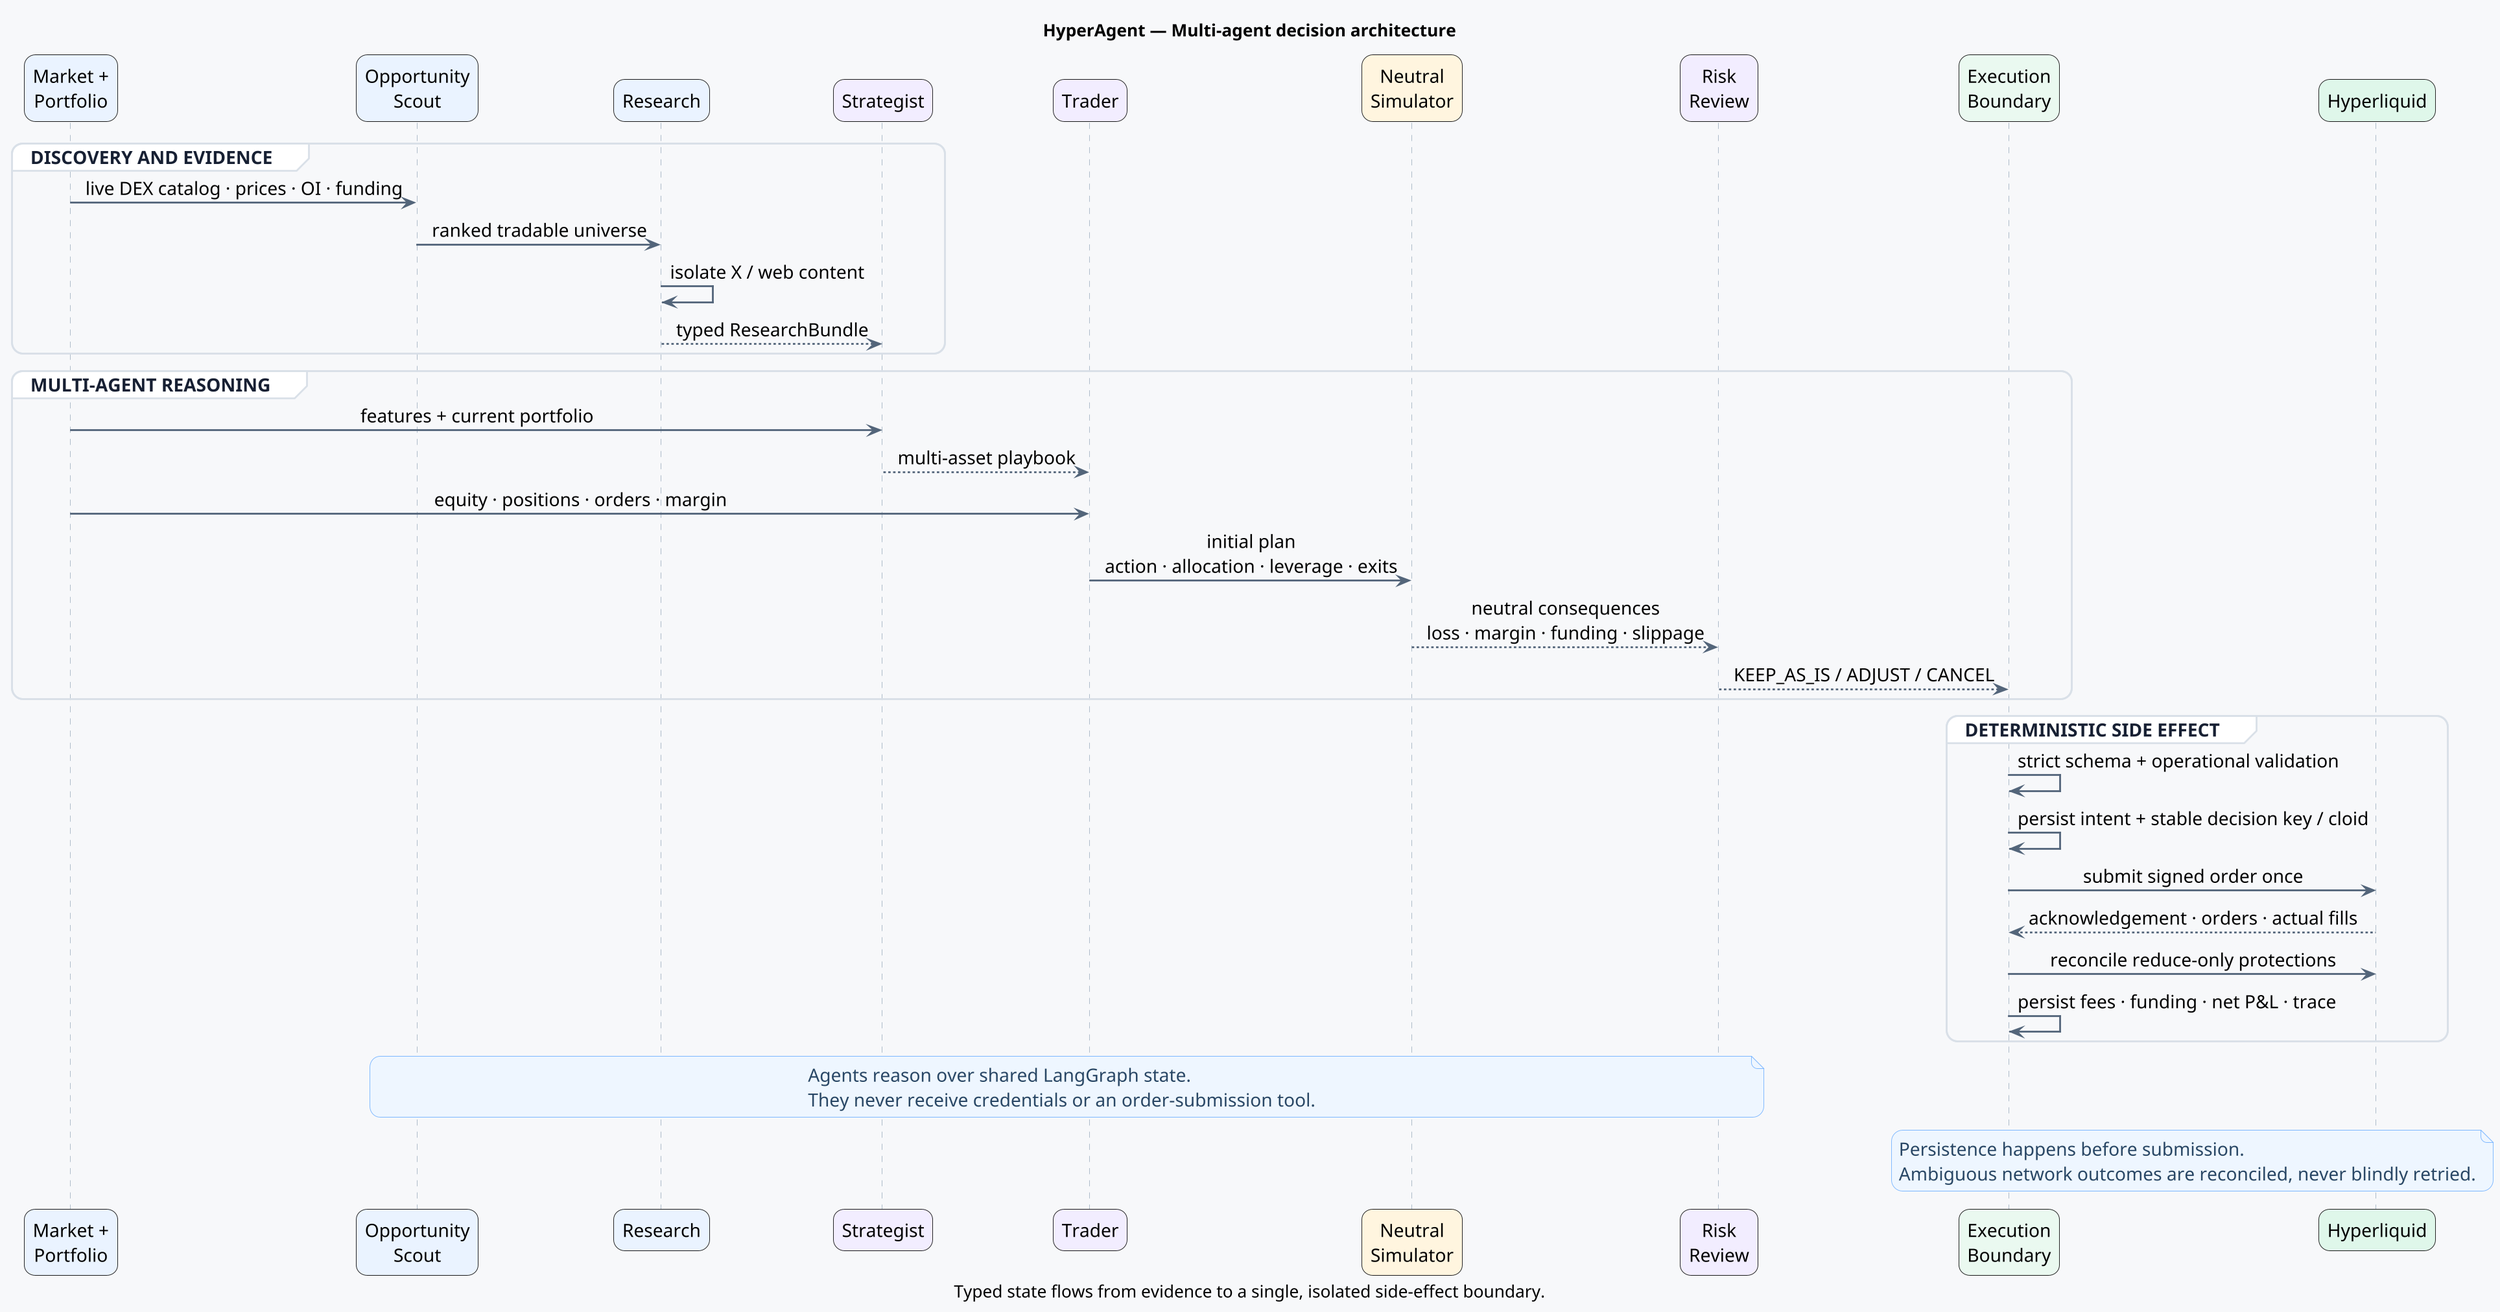
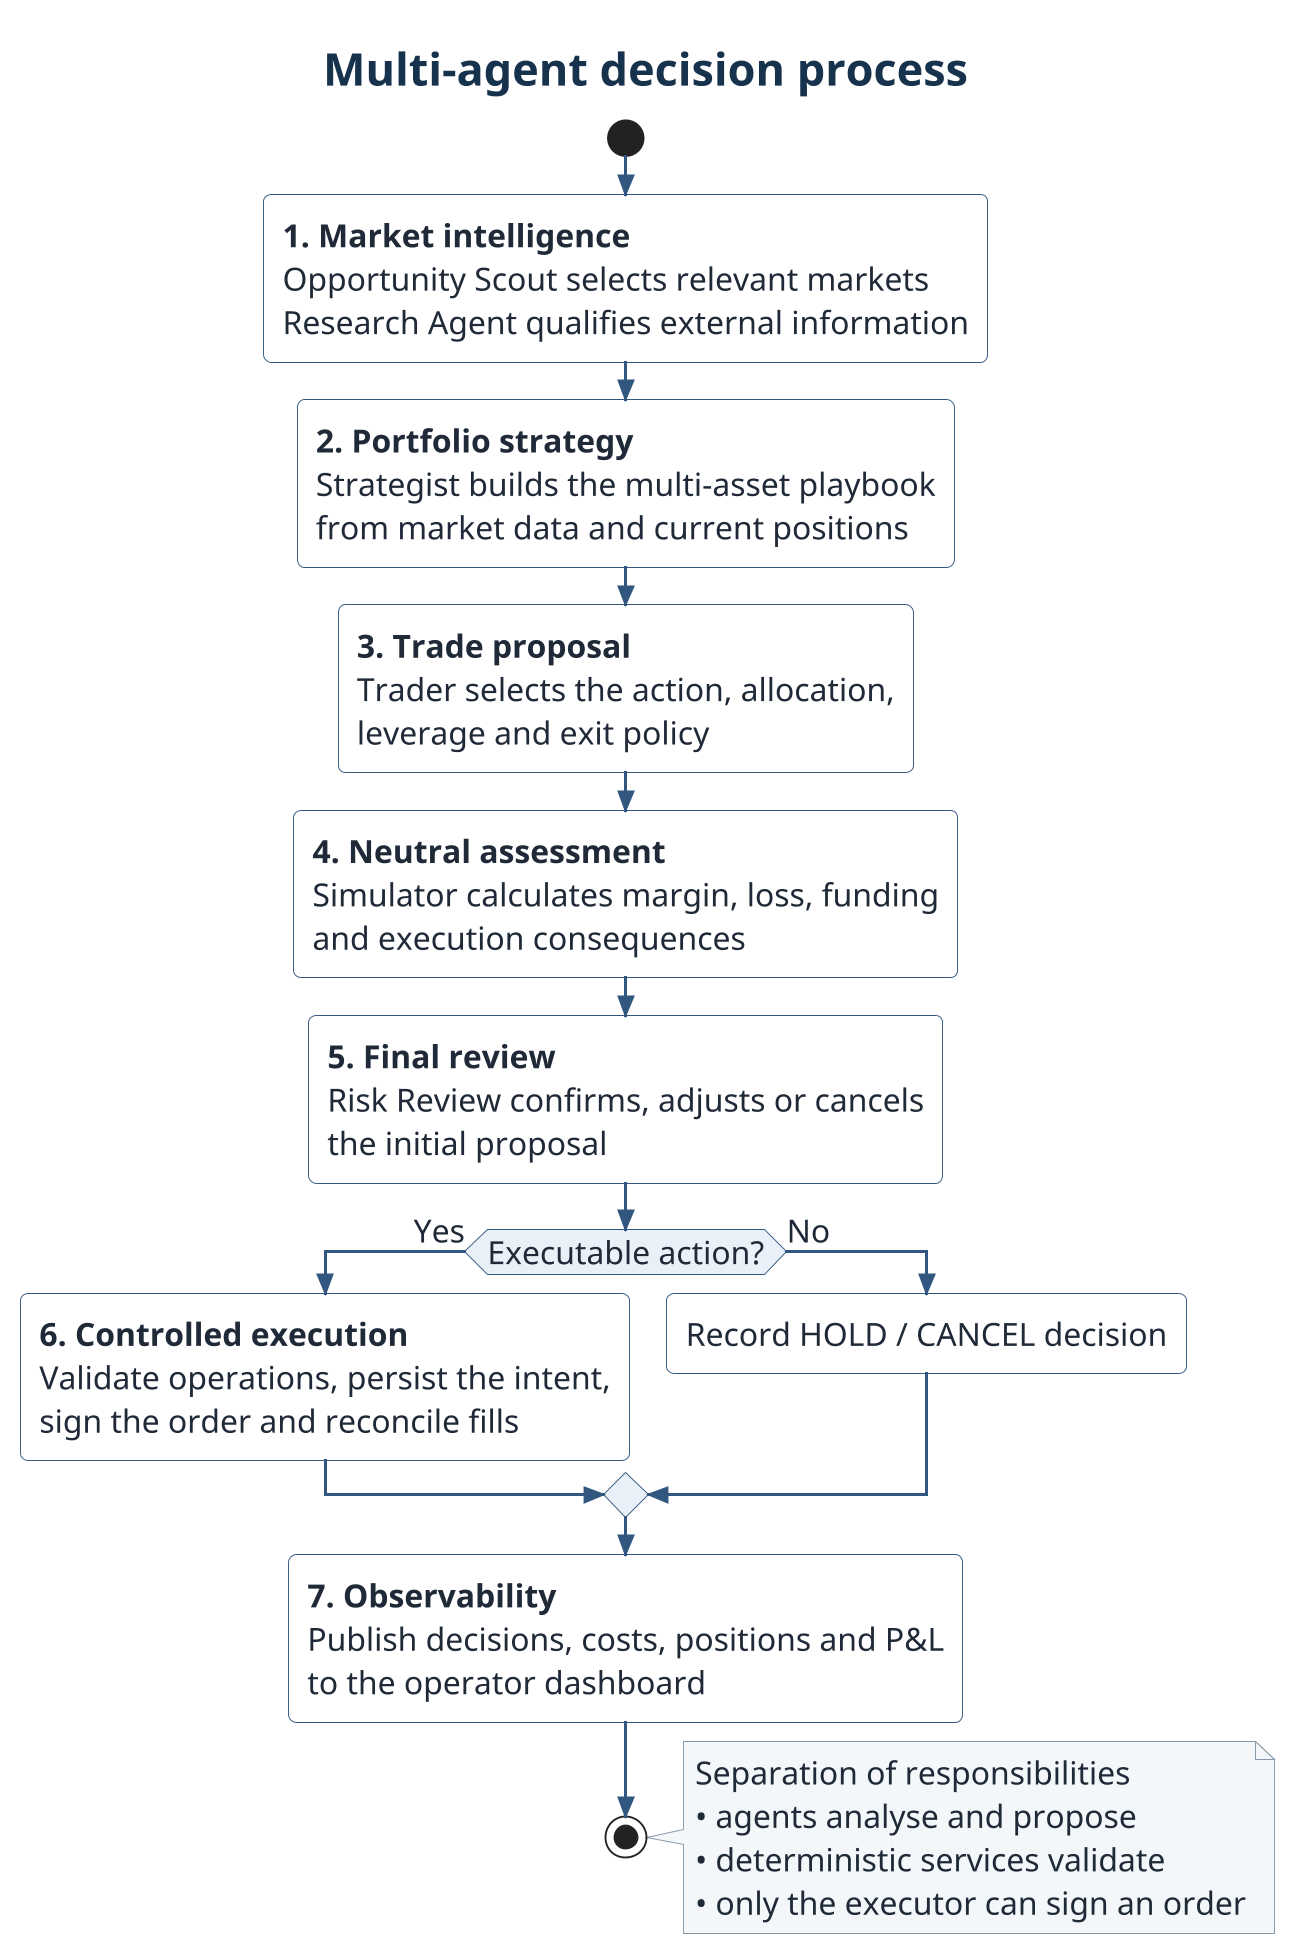
@startuml
+ skinparam style strictuml
skinparam dpi 180
- skinparam backgroundColor #F7F8FA
+ skinparam backgroundColor #FFFFFF
skinparam shadowing false
- skinparam roundcorner 18
+ skinparam roundcorner 8
skinparam defaultFontName Arial
- skinparam defaultFontSize 15
- skinparam ArrowColor #53657A
- skinparam ArrowThickness 1.5
- skinparam sequenceMessageAlign center
- skinparam sequenceGroupBorderColor #D9E0E8
- skinparam sequenceGroupBackgroundColor #FFFFFF
- skinparam sequenceGroupHeaderFontColor #172033
- skinparam sequenceLifeLineBorderColor #AAB8C6
- skinparam sequenceLifeLineBackgroundColor #FFFFFF
- skinparam noteBackgroundColor #EEF6FF
- skinparam noteBorderColor #7CB7FF
- skinparam noteFontColor #294765
+ skinparam defaultFontSize 17
+ skinparam defaultFontColor #1F2937
+ skinparam ArrowColor #315780
+ skinparam ArrowThickness 1.6
+ skinparam activityBorderColor #315780
+ skinparam activityBackgroundColor #FFFFFF
+ skinparam activityDiamondBorderColor #315780
+ skinparam activityDiamondBackgroundColor #E9F0F7
+ skinparam noteBackgroundColor #F3F7FA
+ skinparam noteBorderColor #8496A8
+ skinparam titleFontColor #17324D
+ skinparam titleFontSize 24

- title HyperAgent — Multi-agent decision architecture
- caption Typed state flows from evidence to a single, isolated side-effect boundary.
+ title Multi-agent decision process

- participant "Market +\nPortfolio" as market #EAF3FF
- participant "Opportunity\nScout" as scout #EAF3FF
- participant "Research" as research #EAF3FF
- participant "Strategist" as strategist #F2EDFF
- participant "Trader" as trader #F2EDFF
- participant "Neutral\nSimulator" as simulator #FFF5DF
- participant "Risk\nReview" as review #F2EDFF
- participant "Execution\nBoundary" as runtime #EAF9F0
- participant "Hyperliquid" as exchange #DFF7EA
+ start
+ :<b>1. Market intelligence</b>\nOpportunity Scout selects relevant markets\nResearch Agent qualifies external information;
+ :<b>2. Portfolio strategy</b>\nStrategist builds the multi-asset playbook\nfrom market data and current positions;
+ :<b>3. Trade proposal</b>\nTrader selects the action, allocation,\nleverage and exit policy;
+ :<b>4. Neutral assessment</b>\nSimulator calculates margin, loss, funding\nand execution consequences;
+ :<b>5. Final review</b>\nRisk Review confirms, adjusts or cancels\nthe initial proposal;

- group DISCOVERY AND EVIDENCE
-   market -> scout : live DEX catalog · prices · OI · funding
-   scout -> research : ranked tradable universe
-   research -> research : isolate X / web content
-   research --> strategist : typed ResearchBundle
- end
+ if (Executable action?) then (Yes)
+   :<b>6. Controlled execution</b>\nValidate operations, persist the intent,\nsign the order and reconcile fills;
+ else (No)
+   :Record HOLD / CANCEL decision;
+ endif

- group MULTI-AGENT REASONING
-   market -> strategist : features + current portfolio
-   strategist --> trader : multi-asset playbook
-   market -> trader : equity · positions · orders · margin
-   trader -> simulator : initial plan\naction · allocation · leverage · exits
-   simulator --> review : neutral consequences\nloss · margin · funding · slippage
-   review --> runtime : KEEP_AS_IS / ADJUST / CANCEL
- end
+ :<b>7. Observability</b>\nPublish decisions, costs, positions and P&L\nto the operator dashboard;
+ stop

- group DETERMINISTIC SIDE EFFECT
-   runtime -> runtime : strict schema + operational validation
-   runtime -> runtime : persist intent + stable decision key / cloid
-   runtime -> exchange : submit signed order once
-   exchange --> runtime : acknowledgement · orders · actual fills
-   runtime -> exchange : reconcile reduce-only protections
-   runtime -> runtime : persist fees · funding · net P&L · trace
- end
- 
- note over scout,review
-   Agents reason over shared LangGraph state.
-   They never receive credentials or an order-submission tool.
- end note
- 
- note over runtime,exchange
-   Persistence happens before submission.
-   Ambiguous network outcomes are reconciled, never blindly retried.
+ note right
+   Separation of responsibilities
+   • agents analyse and propose
+   • deterministic services validate
+   • only the executor can sign an order
end note
@enduml
